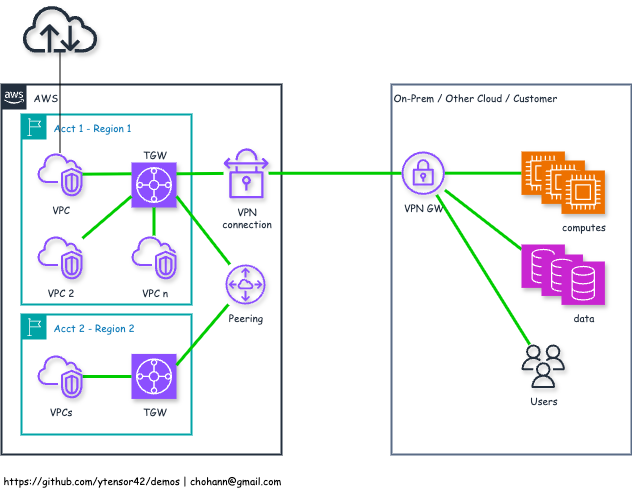
This is infra/aws/images/vpn-tgw.png from ytensor42/dev-sec-ops, a draw.io export, as it was before one commit. Source tidied: cells renumbered, new cells last; positions are measured from the earlier drawing's top-left corner, leaving out a move shared by most shapes.
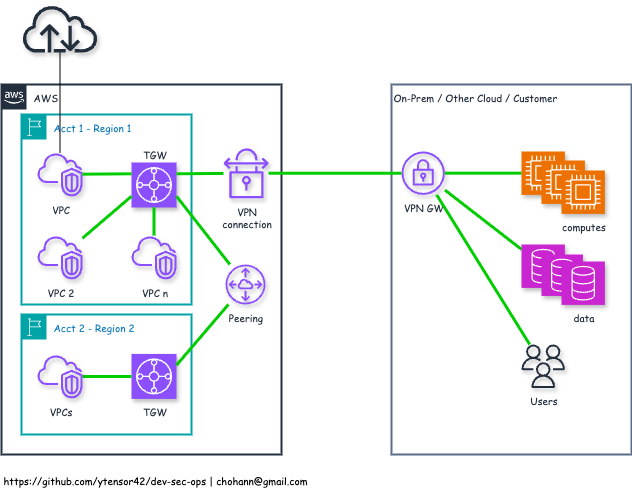
The same file after the commit.

Change to the diagram source:
```diff
@@ -68,8 +68,8 @@
     <mxCell id="23" style="edgeStyle=orthogonalEdgeStyle;rounded=0;jettySize=auto;html=1;endArrow=none;endFill=0;strokeColor=#00CC00;strokeWidth=3;align=center;verticalAlign=middle;fontFamily=Helvetica;fontSize=11;fontColor=default;labelBackgroundColor=default;" parent="1" edge="1" source="16" target="25">
       <mxGeometry relative="1" as="geometry" />
     </mxCell>
-    <mxCell id="24" value="https://github.com/ytensor42/demos | chohann@gmail.com" style="text;html=1;align=left;verticalAlign=middle;whiteSpace=wrap;rounded=0;fontFamily=Comic Sans MS;fontSize=10;" parent="1" vertex="1">
-      <mxGeometry y="460" width="290" height="30" as="geometry" />
+    <mxCell id="24" value="https://github.com/ytensor42/dev-sec-ops | chohann@gmail.com" style="text;html=1;align=left;verticalAlign=middle;whiteSpace=wrap;rounded=0;fontFamily=Comic Sans MS;fontSize=10;" parent="1" vertex="1">
+      <mxGeometry y="460" width="350" height="30" as="geometry" />
     </mxCell>
     <mxCell id="25" value="VPN&amp;nbsp;&lt;span style=&quot;background-color: transparent; color: light-dark(rgb(35, 47, 62), rgb(189, 199, 212));&quot;&gt;GW&lt;/span&gt;" style="sketch=0;outlineConnect=0;fontColor=#232F3E;gradientColor=none;fillColor=#8C4FFF;strokeColor=none;dashed=0;verticalLabelPosition=bottom;verticalAlign=top;align=center;html=1;fontSize=10;fontStyle=0;shape=mxgraph.aws4.vpn_gateway;fontFamily=Comic Sans MS;shadow=1;" parent="1" vertex="1">
       <mxGeometry x="400" y="147" width="43.4" height="43.4" as="geometry" />
```
